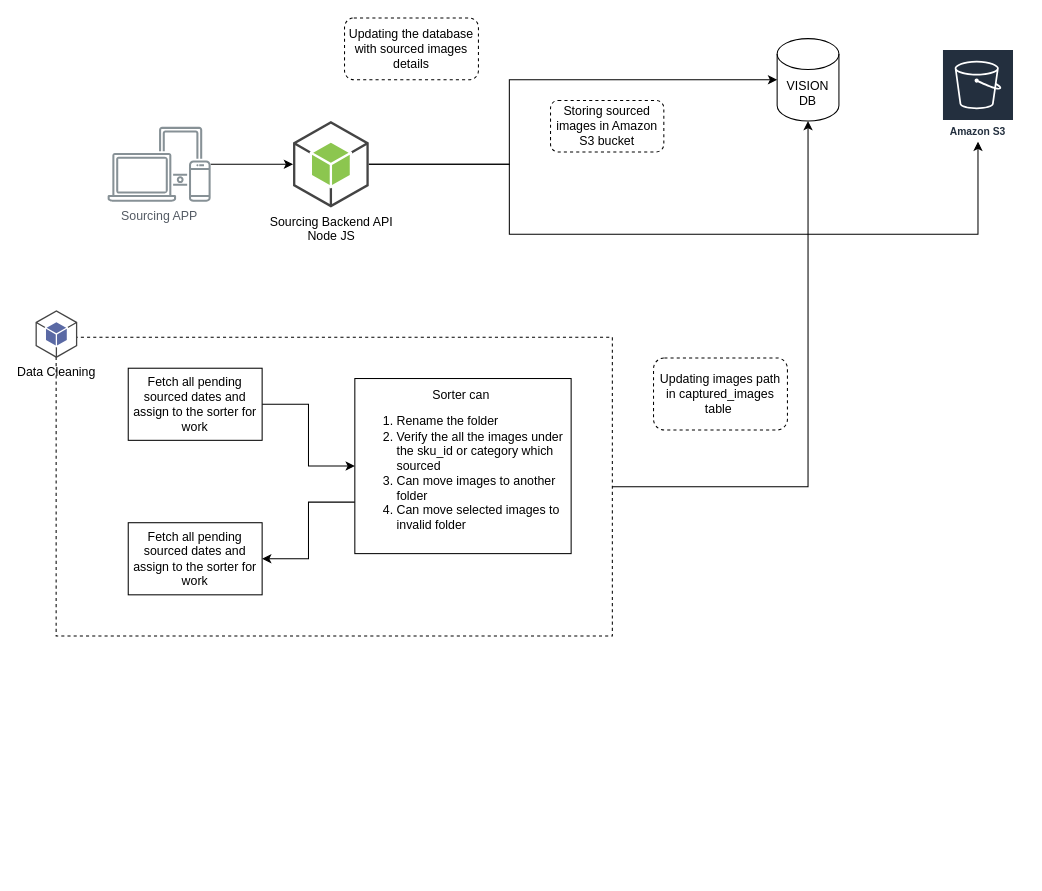
This is fnv_diagram.drawio from bb-midhunps/diagrams, a draw.io file, before an edit. Source tidied: cells renumbered, new cells numbered last; positions are measured from the earlier drawing's top-left corner, leaving out a move shared by most shapes. Both pictures are drawn from the tidied source at 103%, with x=0, y=0 at pixel (35, 18).
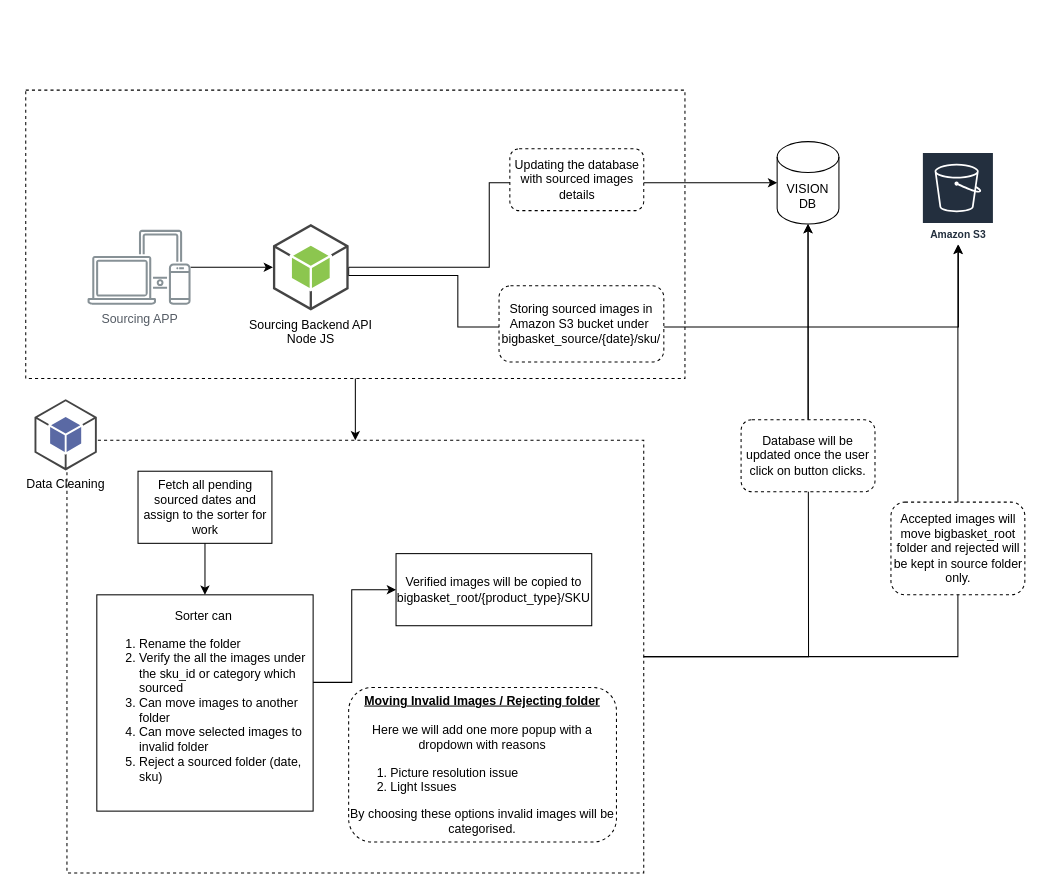
The same page after the edit.

Change to the diagram source:
```diff
@@
+    <mxCell id="20" style="rounded=0;whiteSpace=wrap;html=1;dashed=1;fillColor=none;" parent="1" vertex="1">
+      <mxGeometry x="-9.5" y="70" width="640" height="280" as="geometry" />
+    </mxCell>
     <mxCell id="2" value="&lt;br&gt;&lt;br&gt;&lt;br&gt;Amazon S3" style="sketch=0;outlineConnect=0;fontColor=#232F3E;gradientColor=none;strokeColor=#ffffff;fillColor=#232F3E;dashed=0;verticalLabelPosition=middle;verticalAlign=bottom;align=center;html=1;whiteSpace=wrap;fontSize=10;fontStyle=1;spacing=3;shape=mxgraph.aws4.productIcon;prIcon=mxgraph.aws4.s3;" parent="1" vertex="1">
-      <mxGeometry x="880" y="30" width="70" height="90" as="geometry" />
+      <mxGeometry x="860.5" y="130" width="70" height="90" as="geometry" />
     </mxCell>
     <mxCell id="3" value="VISION DB" style="shape=cylinder3;whiteSpace=wrap;html=1;boundedLbl=1;backgroundOutline=1;size=15;" parent="1" vertex="1">
-      <mxGeometry x="720" y="20" width="60" height="80" as="geometry" />
+      <mxGeometry x="720" y="120" width="60" height="80" as="geometry" />
     </mxCell>
@@
     <mxCell id="5" value="Sourcing APP" style="sketch=0;outlineConnect=0;gradientColor=none;fontColor=#545B64;strokeColor=none;fillColor=#879196;dashed=0;verticalLabelPosition=bottom;verticalAlign=top;align=center;html=1;fontSize=12;fontStyle=0;shape=mxgraph.aws4.illustration_devices;" parent="1" vertex="1">
-      <mxGeometry x="70" y="105.5" width="100" height="73" as="geometry" />
+      <mxGeometry x="50.5" y="205.5" width="100" height="73" as="geometry" />
     </mxCell>
+    <mxCell id="7" style="edgeStyle=orthogonalEdgeStyle;rounded=0;jettySize=auto;html=1;entryX=0;entryY=0.5;entryDx=0;entryDy=0;entryPerimeter=0;" parent="1" edge="1" source="8" target="3">
+      <mxGeometry relative="1" as="geometry">
+        <Array as="points">
+          <mxPoint x="440.5" y="242" />
+          <mxPoint x="440.5" y="160" />
+        </Array>
+      </mxGeometry>
+    </mxCell>
-    <mxCell id="6" style="edgeStyle=orthogonalEdgeStyle;rounded=0;jettySize=auto;html=1;startArrow=none;startFill=0;exitX=1;exitY=0.5;exitDx=0;exitDy=0;exitPerimeter=0;" parent="1" edge="1" source="8" target="2">
+    <mxCell id="6" style="edgeStyle=orthogonalEdgeStyle;rounded=0;jettySize=auto;html=1;exitX=1;exitY=0.5;exitDx=0;exitDy=0;exitPerimeter=0;" parent="1" edge="1" source="8" target="2">
       <mxGeometry relative="1" as="geometry">
         <Array as="points">
-          <mxPoint x="460" y="142" />
-          <mxPoint x="460" y="210" />
-          <mxPoint x="915" y="210" />
+          <mxPoint x="304" y="250" />
+          <mxPoint x="410" y="250" />
+          <mxPoint x="410" y="300" />
+          <mxPoint x="896" y="300" />
         </Array>
       </mxGeometry>
     </mxCell>
-    <mxCell id="7" style="edgeStyle=orthogonalEdgeStyle;rounded=0;jettySize=auto;html=1;entryX=0;entryY=0.5;entryDx=0;entryDy=0;entryPerimeter=0;" parent="1" edge="1" source="8" target="3">
-      <mxGeometry relative="1" as="geometry">
-        <Array as="points">
-          <mxPoint x="460" y="142" />
-          <mxPoint x="460" y="60" />
-        </Array>
-      </mxGeometry>
-    </mxCell>
     <mxCell id="8" value="Sourcing Backend API&lt;br&gt;Node JS" style="outlineConnect=0;dashed=0;verticalLabelPosition=bottom;verticalAlign=top;align=center;html=1;shape=mxgraph.aws3.android;fillColor=#8CC64F;gradientColor=none;" parent="1" vertex="1">
-      <mxGeometry x="250" y="100" width="73.5" height="84" as="geometry" />
+      <mxGeometry x="230.5" y="200" width="73.5" height="84" as="geometry" />
     </mxCell>
     <mxCell id="9" value="Updating the database with sourced images details" style="rounded=1;whiteSpace=wrap;html=1;dashed=1;perimeterSpacing=0;" parent="1" vertex="1">
-      <mxGeometry x="300" width="130" height="60" as="geometry" />
+      <mxGeometry x="460.5" y="127" width="130" height="60" as="geometry" />
     </mxCell>
-    <mxCell id="10" value="Storing sourced images in Amazon S3 bucket" style="rounded=1;whiteSpace=wrap;html=1;dashed=1;perimeterSpacing=0;" parent="1" vertex="1">
-      <mxGeometry x="500" y="80" width="110" height="50" as="geometry" />
-    </mxCell>
+    <mxCell id="21" style="edgeStyle=orthogonalEdgeStyle;rounded=0;jettySize=auto;html=1;" parent="1" edge="1" source="12" target="2">
+      <mxGeometry relative="1" as="geometry" />
+    </mxCell>
+    <mxCell id="12" style="rounded=0;whiteSpace=wrap;html=1;gradientColor=none;fillColor=none;dashed=1;" parent="1" vertex="1">
+      <mxGeometry x="30.5" y="410" width="560" height="420" as="geometry" />
+    </mxCell>
-    <mxCell id="11" style="edgeStyle=orthogonalEdgeStyle;rounded=0;jettySize=auto;html=1;entryX=0.5;entryY=1;entryDx=0;entryDy=0;entryPerimeter=0;" parent="1" edge="1" source="12" target="3">
+    <mxCell id="11" style="edgeStyle=orthogonalEdgeStyle;rounded=0;jettySize=auto;html=1;entryX=0.5;entryY=1;entryDx=0;entryDy=0;entryPerimeter=0;" parent="1" edge="1" source="18" target="3">
       <mxGeometry relative="1" as="geometry" />
     </mxCell>
-    <mxCell id="12" style="rounded=0;whiteSpace=wrap;html=1;gradientColor=none;fillColor=none;dashed=1;" parent="1" vertex="1">
-      <mxGeometry x="20" y="310" width="540" height="290" as="geometry" />
-    </mxCell>
     <mxCell id="13" value="Data Cleaning" style="dashed=0;verticalLabelPosition=bottom;verticalAlign=top;align=center;html=1;shape=mxgraph.aws3.android;fillColor=#5A69A4;gradientColor=none;" parent="1" vertex="1">
-      <mxGeometry y="283.7" width="40.5" height="46.3" as="geometry" />
+      <mxGeometry x="-1" y="370" width="60.5" height="69.2" as="geometry" />
     </mxCell>
@@
-    <mxCell id="15" value="Fetch all pending sourced dates and assign to the sorter for work" style="rounded=0;whiteSpace=wrap;html=1;" parent="1" vertex="1">
-      <mxGeometry x="90" y="340" width="130" height="70" as="geometry" />
+    <mxCell id="15" value="Fetch all pending sourced dates and assign to the sorter for work" style="rounded=0;whiteSpace=wrap;html=1;fillColor=none;" parent="1" vertex="1">
+      <mxGeometry x="99.5" y="440" width="130" height="70" as="geometry" />
     </mxCell>
-    <mxCell id="16" style="edgeStyle=orthogonalEdgeStyle;rounded=0;jettySize=auto;html=1;" parent="1" edge="1" source="17" target="19">
-      <mxGeometry relative="1" as="geometry">
-        <Array as="points">
-          <mxPoint x="265" y="470" />
-          <mxPoint x="265" y="525" />
-        </Array>
-      </mxGeometry>
-    </mxCell>
+    <mxCell id="19" value="Verified images will be copied to bigbasket_root/{product_type}/SKU" style="rounded=0;whiteSpace=wrap;html=1;fillColor=none;" parent="1" vertex="1">
+      <mxGeometry x="350" y="520" width="190" height="70" as="geometry" />
+    </mxCell>
+    <mxCell id="22" style="edgeStyle=orthogonalEdgeStyle;rounded=0;jettySize=auto;html=1;entryX=0;entryY=0.5;entryDx=0;entryDy=0;" parent="1" edge="1" target="19">
+      <mxGeometry relative="1" as="geometry">
+        <mxPoint x="269.5" y="645" as="sourcePoint" />
+        <Array as="points">
+          <mxPoint x="307" y="645" />
+          <mxPoint x="307" y="555" />
+        </Array>
+      </mxGeometry>
+    </mxCell>
-    <mxCell id="17" value="Sorter can&amp;nbsp;&lt;br&gt;&lt;ol&gt;&lt;li style=&quot;text-align: left;&quot;&gt;Rename the folder&lt;/li&gt;&lt;li style=&quot;text-align: left;&quot;&gt;Verify the all the images under the sku_id or category which sourced&lt;/li&gt;&lt;li style=&quot;text-align: left;&quot;&gt;Can move images to another folder&lt;/li&gt;&lt;li style=&quot;text-align: left;&quot;&gt;Can move selected images to invalid folder&lt;/li&gt;&lt;/ol&gt;" style="rounded=0;whiteSpace=wrap;html=1;align=center;" parent="1" vertex="1">
-      <mxGeometry x="310" y="350" width="210" height="170" as="geometry" />
+    <mxCell id="17" value="Sorter can&amp;nbsp;&lt;br&gt;&lt;ol&gt;&lt;li style=&quot;text-align: left;&quot;&gt;Rename the folder&lt;/li&gt;&lt;li style=&quot;text-align: left;&quot;&gt;Verify the all the images under the sku_id or category which sourced&lt;/li&gt;&lt;li style=&quot;text-align: left;&quot;&gt;Can move images to another folder&lt;/li&gt;&lt;li style=&quot;text-align: left;&quot;&gt;Can move selected images to invalid folder&lt;/li&gt;&lt;li style=&quot;text-align: left;&quot;&gt;Reject a sourced folder (date, sku)&lt;/li&gt;&lt;/ol&gt;" style="rounded=0;whiteSpace=wrap;html=1;align=center;fillColor=none;" parent="1" vertex="1">
+      <mxGeometry x="59.5" y="560" width="210" height="210" as="geometry" />
     </mxCell>
+    <mxCell id="23" style="edgeStyle=orthogonalEdgeStyle;rounded=0;jettySize=auto;html=1;" parent="1" edge="1" source="20" target="12">
+      <mxGeometry relative="1" as="geometry" />
+    </mxCell>
+    <mxCell id="24" value="&lt;b&gt;&lt;u&gt;Moving Invalid Images / Rejecting folder&lt;/u&gt;&lt;/b&gt;&lt;div&gt;&lt;br&gt;&lt;/div&gt;&lt;div&gt;Here we will add one more popup with a dropdown with reasons&lt;/div&gt;&lt;div&gt;&lt;ol&gt;&lt;li style=&quot;text-align: left;&quot;&gt;Picture resolution issue&lt;/li&gt;&lt;li style=&quot;text-align: left;&quot;&gt;Light Issues&lt;/li&gt;&lt;/ol&gt;&lt;div style=&quot;&quot;&gt;By choosing these options invalid images will be categorised.&lt;/div&gt;&lt;/div&gt;" style="rounded=1;whiteSpace=wrap;html=1;dashed=1;perimeterSpacing=0;fillColor=none;" parent="1" vertex="1">
+      <mxGeometry x="304" y="650" width="260" height="150" as="geometry" />
+    </mxCell>
+    <mxCell id="25" value="Accepted images will move bigbasket_root folder and rejected will be kept in source folder only." style="rounded=1;whiteSpace=wrap;html=1;dashed=1;perimeterSpacing=0;" parent="1" vertex="1">
+      <mxGeometry x="830.5" y="470" width="130" height="90" as="geometry" />
+    </mxCell>
+    <mxCell id="26" style="rounded=0;jettySize=auto;html=1;edgeStyle=orthogonalEdgeStyle;" parent="1" edge="1" source="12">
+      <mxGeometry relative="1" as="geometry">
+        <mxPoint x="750" y="200" as="targetPoint" />
+      </mxGeometry>
+    </mxCell>
-    <mxCell id="18" value="Updating images path in captured_images table&amp;nbsp;" style="rounded=1;whiteSpace=wrap;html=1;dashed=1;perimeterSpacing=0;" parent="1" vertex="1">
-      <mxGeometry x="600" y="330" width="130" height="70" as="geometry" />
+    <mxCell id="18" value="Database will be updated once the user click on button clicks." style="rounded=1;whiteSpace=wrap;html=1;dashed=1;perimeterSpacing=0;fillColor=default;" parent="1" vertex="1">
+      <mxGeometry x="685" y="390" width="130" height="70" as="geometry" />
     </mxCell>
-    <mxCell id="19" value="Fetch all pending sourced dates and assign to the sorter for work" style="rounded=0;whiteSpace=wrap;html=1;" parent="1" vertex="1">
-      <mxGeometry x="90" y="490" width="130" height="70" as="geometry" />
-    </mxCell>
+    <mxCell id="10" value="Storing sourced images in Amazon S3 bucket under&amp;nbsp;&lt;br&gt;bigbasket_source/{date}/sku/" style="rounded=1;whiteSpace=wrap;html=1;dashed=1;perimeterSpacing=0;fillColor=default;" parent="1" vertex="1">
+      <mxGeometry x="450" y="260" width="160" height="74" as="geometry" />
+    </mxCell>
```
